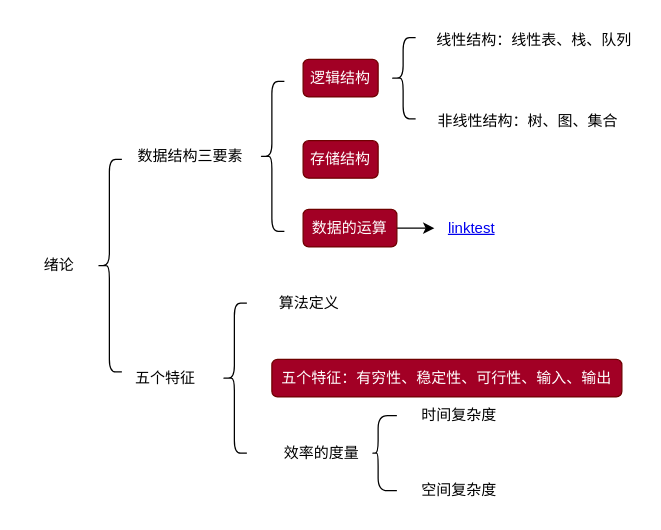
Before: pages/note/408/Data Structure/01绪论/images/绪论.drawio in wulalacho/wulalacho.github.io, a draw.io diagram. Source tidied: cells renumbered, new cells numbered last; positions are measured from the earlier drawing's top-left corner, leaving out a move shared by most shapes. Both pictures are drawn from the tidied source at 125%, with x=0, y=0 at pixel (21, 21).
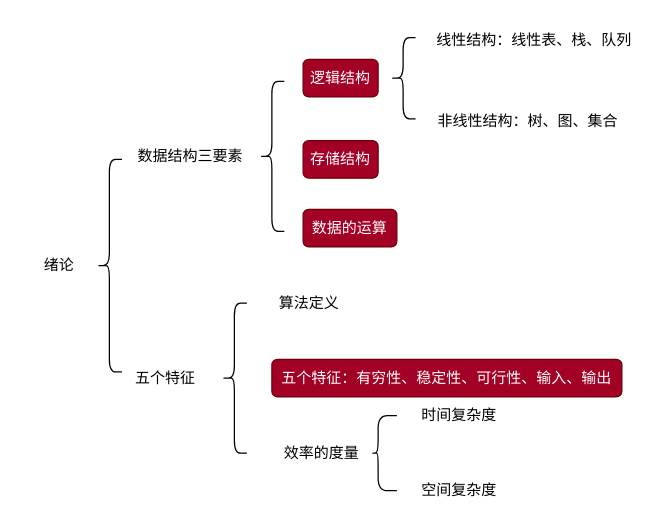
The same diagram, later.

The change refers to these unchanged cells:
```xml
<mxCell id="9" value="数据的运算&lt;br&gt;" style="text;html=1;strokeColor=#6F0000;fillColor=#a20025;align=center;verticalAlign=middle;whiteSpace=wrap;rounded=1;fontColor=#ffffff;" parent="1" vertex="1">
  <mxGeometry x="225" y="150" width="75" height="30" as="geometry" />
</mxCell>
```

Diff of the diagram source:
```diff
@@
-    <mxCell id="8" style="edgeStyle=none;html=1;" parent="1" edge="1" source="9" target="21">
-      <mxGeometry relative="1" as="geometry" />
-    </mxCell>
@@
-    <mxCell id="21" value="linktest" style="text;html=1;strokeColor=none;fillColor=none;whiteSpace=wrap;align=center;verticalAlign=middle;fontColor=#0000EE;fontStyle=4;" parent="1" vertex="1">
-      <mxGeometry x="330" y="145" width="60" height="40" as="geometry" />
-    </mxCell>
```
